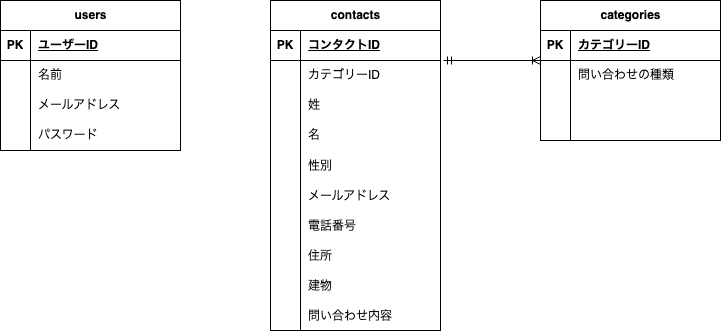
This is src/ER図.png from hinako-mochizuki/confirmation, a draw.io export, as it was before one commit. Source tidied: cells renumbered, new cells last; positions are measured from the earlier drawing's top-left corner, leaving out a move shared by most shapes.
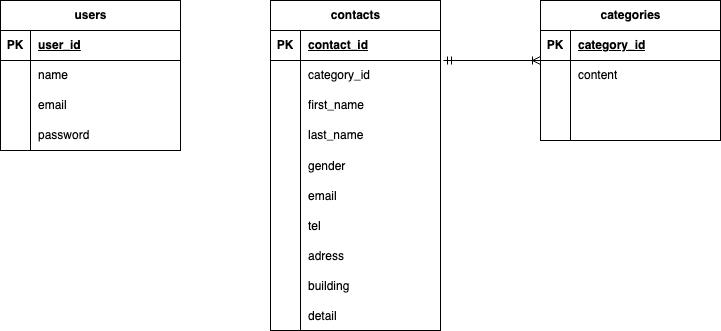
The same file after the commit.

Diff of the diagram source:
```diff
@@ -11,7 +11,7 @@
     <mxCell id="4" value="PK" style="shape=partialRectangle;fillColor=none;top=0;left=0;bottom=0;right=0;fontStyle=1;overflow=hidden;whiteSpace=wrap;html=1;" parent="3" vertex="1">
       <mxGeometry width="30" height="30" as="geometry" />
     </mxCell>
-    <mxCell id="5" value="コンタクトID" style="shape=partialRectangle;fillColor=none;top=0;left=0;bottom=0;right=0;align=left;spacingLeft=6;fontStyle=5;overflow=hidden;whiteSpace=wrap;html=1;" parent="3" vertex="1">
+    <mxCell id="5" value="contact_id" style="shape=partialRectangle;fillColor=none;top=0;left=0;bottom=0;right=0;align=left;spacingLeft=6;fontStyle=5;overflow=hidden;whiteSpace=wrap;html=1;" parent="3" vertex="1">
       <mxGeometry x="30" width="140" height="30" as="geometry" />
     </mxCell>
     <mxCell id="6" style="shape=tableRow;horizontal=0;startSize=0;swimlaneHead=0;swimlaneBody=0;fillColor=none;points=[[0,0.5],[1,0.5]];portConstraint=eastwest;top=0;left=0;right=0;bottom=0;" parent="2" vertex="1">
@@ -20,7 +20,7 @@
     <mxCell id="7" style="shape=partialRectangle;fillColor=none;top=0;left=0;bottom=0;right=0;overflow=hidden;whiteSpace=wrap;html=1;" parent="6" vertex="1">
       <mxGeometry width="30" height="30" as="geometry" />
     </mxCell>
-    <mxCell id="8" value="カテゴリーID" style="shape=partialRectangle;fillColor=none;top=0;left=0;bottom=0;right=0;align=left;spacingLeft=6;overflow=hidden;whiteSpace=wrap;html=1;" parent="6" vertex="1">
+    <mxCell id="8" value="category_id" style="shape=partialRectangle;fillColor=none;top=0;left=0;bottom=0;right=0;align=left;spacingLeft=6;overflow=hidden;whiteSpace=wrap;html=1;" parent="6" vertex="1">
       <mxGeometry x="30" width="140" height="30" as="geometry" />
     </mxCell>
     <mxCell id="9" style="shape=tableRow;horizontal=0;startSize=0;swimlaneHead=0;swimlaneBody=0;fillColor=none;top=0;left=0;right=0;bottom=0;" parent="2" vertex="1">
@@ -29,7 +29,7 @@
     <mxCell id="10" style="shape=partialRectangle;fillColor=none;top=0;left=0;bottom=0;right=0;overflow=hidden;whiteSpace=wrap;html=1;" parent="9" vertex="1">
       <mxGeometry width="30" height="30" as="geometry" />
     </mxCell>
-    <mxCell id="11" value="姓" style="shape=partialRectangle;fillColor=none;top=0;left=0;bottom=0;right=0;align=left;spacingLeft=6;overflow=hidden;whiteSpace=wrap;html=1;" parent="9" vertex="1">
+    <mxCell id="11" value="first_name" style="shape=partialRectangle;fillColor=none;top=0;left=0;bottom=0;right=0;align=left;spacingLeft=6;overflow=hidden;whiteSpace=wrap;html=1;" parent="9" vertex="1">
       <mxGeometry x="30" width="140" height="30" as="geometry" />
     </mxCell>
     <mxCell id="12" style="shape=tableRow;horizontal=0;startSize=0;swimlaneHead=0;swimlaneBody=0;fillColor=none;top=0;left=0;right=0;bottom=0;" parent="2" vertex="1">
@@ -38,7 +38,7 @@
     <mxCell id="13" style="shape=partialRectangle;fillColor=none;top=0;left=0;bottom=0;right=0;overflow=hidden;whiteSpace=wrap;html=1;" parent="12" vertex="1">
       <mxGeometry width="30" height="30" as="geometry" />
     </mxCell>
-    <mxCell id="14" value="名" style="shape=partialRectangle;fillColor=none;top=0;left=0;bottom=0;right=0;align=left;spacingLeft=6;overflow=hidden;whiteSpace=wrap;html=1;" parent="12" vertex="1">
+    <mxCell id="14" value="last_name" style="shape=partialRectangle;fillColor=none;top=0;left=0;bottom=0;right=0;align=left;spacingLeft=6;overflow=hidden;whiteSpace=wrap;html=1;" parent="12" vertex="1">
       <mxGeometry x="30" width="140" height="30" as="geometry" />
     </mxCell>
     <mxCell id="15" style="shape=tableRow;horizontal=0;startSize=0;swimlaneHead=0;swimlaneBody=0;fillColor=none;top=0;left=0;right=0;bottom=0;" parent="2" vertex="1">
@@ -47,7 +47,7 @@
     <mxCell id="16" style="shape=partialRectangle;fillColor=none;top=0;left=0;bottom=0;right=0;overflow=hidden;" parent="15" vertex="1">
       <mxGeometry width="30" height="30" as="geometry" />
     </mxCell>
-    <mxCell id="17" value="性別" style="shape=partialRectangle;fillColor=none;top=0;left=0;bottom=0;right=0;align=left;spacingLeft=6;overflow=hidden;" parent="15" vertex="1">
+    <mxCell id="17" value="gender" style="shape=partialRectangle;fillColor=none;top=0;left=0;bottom=0;right=0;align=left;spacingLeft=6;overflow=hidden;" parent="15" vertex="1">
       <mxGeometry x="30" width="140" height="30" as="geometry" />
     </mxCell>
     <mxCell id="18" style="shape=tableRow;horizontal=0;startSize=0;swimlaneHead=0;swimlaneBody=0;fillColor=none;top=0;left=0;right=0;bottom=0;" parent="2" vertex="1">
@@ -56,7 +56,7 @@
     <mxCell id="19" style="shape=partialRectangle;fillColor=none;top=0;left=0;bottom=0;right=0;overflow=hidden;" parent="18" vertex="1">
       <mxGeometry width="30" height="30" as="geometry" />
     </mxCell>
-    <mxCell id="20" value="メールアドレス" style="shape=partialRectangle;fillColor=none;top=0;left=0;bottom=0;right=0;align=left;spacingLeft=6;overflow=hidden;" parent="18" vertex="1">
+    <mxCell id="20" value="email" style="shape=partialRectangle;fillColor=none;top=0;left=0;bottom=0;right=0;align=left;spacingLeft=6;overflow=hidden;" parent="18" vertex="1">
       <mxGeometry x="30" width="140" height="30" as="geometry" />
     </mxCell>
     <mxCell id="21" style="shape=tableRow;horizontal=0;startSize=0;swimlaneHead=0;swimlaneBody=0;fillColor=none;top=0;left=0;right=0;bottom=0;" parent="2" vertex="1">
@@ -65,7 +65,7 @@
     <mxCell id="22" style="shape=partialRectangle;fillColor=none;top=0;left=0;bottom=0;right=0;overflow=hidden;" parent="21" vertex="1">
       <mxGeometry width="30" height="30" as="geometry" />
     </mxCell>
-    <mxCell id="23" value="電話番号" style="shape=partialRectangle;fillColor=none;top=0;left=0;bottom=0;right=0;align=left;spacingLeft=6;overflow=hidden;" parent="21" vertex="1">
+    <mxCell id="23" value="tel" style="shape=partialRectangle;fillColor=none;top=0;left=0;bottom=0;right=0;align=left;spacingLeft=6;overflow=hidden;" parent="21" vertex="1">
       <mxGeometry x="30" width="140" height="30" as="geometry" />
     </mxCell>
     <mxCell id="24" style="shape=tableRow;horizontal=0;startSize=0;swimlaneHead=0;swimlaneBody=0;fillColor=none;top=0;left=0;right=0;bottom=0;" parent="2" vertex="1">
@@ -74,7 +74,7 @@
     <mxCell id="25" style="shape=partialRectangle;fillColor=none;top=0;left=0;bottom=0;right=0;overflow=hidden;" parent="24" vertex="1">
       <mxGeometry width="30" height="30" as="geometry" />
     </mxCell>
-    <mxCell id="26" value="住所" style="shape=partialRectangle;fillColor=none;top=0;left=0;bottom=0;right=0;align=left;spacingLeft=6;overflow=hidden;" parent="24" vertex="1">
+    <mxCell id="26" value="adress" style="shape=partialRectangle;fillColor=none;top=0;left=0;bottom=0;right=0;align=left;spacingLeft=6;overflow=hidden;" parent="24" vertex="1">
       <mxGeometry x="30" width="140" height="30" as="geometry" />
     </mxCell>
     <mxCell id="27" style="shape=tableRow;horizontal=0;startSize=0;swimlaneHead=0;swimlaneBody=0;fillColor=none;top=0;left=0;right=0;bottom=0;" parent="2" vertex="1">
@@ -83,7 +83,7 @@
     <mxCell id="28" style="shape=partialRectangle;fillColor=none;top=0;left=0;bottom=0;right=0;overflow=hidden;" parent="27" vertex="1">
       <mxGeometry width="30" height="30" as="geometry" />
     </mxCell>
-    <mxCell id="29" value="建物" style="shape=partialRectangle;fillColor=none;top=0;left=0;bottom=0;right=0;align=left;spacingLeft=6;overflow=hidden;" parent="27" vertex="1">
+    <mxCell id="29" value="building" style="shape=partialRectangle;fillColor=none;top=0;left=0;bottom=0;right=0;align=left;spacingLeft=6;overflow=hidden;" parent="27" vertex="1">
       <mxGeometry x="30" width="140" height="30" as="geometry" />
     </mxCell>
     <mxCell id="30" style="shape=tableRow;horizontal=0;startSize=0;swimlaneHead=0;swimlaneBody=0;fillColor=none;top=0;left=0;right=0;bottom=0;" parent="2" vertex="1">
@@ -92,7 +92,7 @@
     <mxCell id="31" style="shape=partialRectangle;fillColor=none;top=0;left=0;bottom=0;right=0;overflow=hidden;" parent="30" vertex="1">
       <mxGeometry width="30" height="30" as="geometry" />
     </mxCell>
-    <mxCell id="32" value="問い合わせ内容" style="shape=partialRectangle;fillColor=none;top=0;left=0;bottom=0;right=0;align=left;spacingLeft=6;overflow=hidden;" parent="30" vertex="1">
+    <mxCell id="32" value="detail" style="shape=partialRectangle;fillColor=none;top=0;left=0;bottom=0;right=0;align=left;spacingLeft=6;overflow=hidden;" parent="30" vertex="1">
       <mxGeometry x="30" width="140" height="30" as="geometry" />
     </mxCell>
     <mxCell id="33" value="categories" style="shape=table;startSize=30;rowLines=0;fontStyle=1;align=center;html=1;" parent="1" vertex="1">
@@ -104,7 +104,7 @@
     <mxCell id="35" value="PK" style="shape=partialRectangle;fillColor=none;top=0;left=0;bottom=0;right=0;fontStyle=1;overflow=hidden;whiteSpace=wrap;html=1;" parent="34" vertex="1">
       <mxGeometry width="30" height="30" as="geometry" />
     </mxCell>
-    <mxCell id="36" value="カテゴリーID" style="shape=partialRectangle;fillColor=none;top=0;left=0;bottom=0;right=0;align=left;spacingLeft=6;fontStyle=5;overflow=hidden;whiteSpace=wrap;html=1;" parent="34" vertex="1">
+    <mxCell id="36" value="category_id" style="shape=partialRectangle;fillColor=none;top=0;left=0;bottom=0;right=0;align=left;spacingLeft=6;fontStyle=5;overflow=hidden;whiteSpace=wrap;html=1;" parent="34" vertex="1">
       <mxGeometry x="30" width="150" height="30" as="geometry" />
     </mxCell>
     <mxCell id="37" style="shape=tableRow;horizontal=0;startSize=0;swimlaneHead=0;swimlaneBody=0;fillColor=none;top=0;left=0;right=0;bottom=0;" parent="33" vertex="1">
@@ -113,7 +113,7 @@
     <mxCell id="38" style="shape=partialRectangle;fillColor=none;top=0;left=0;bottom=0;right=0;overflow=hidden;whiteSpace=wrap;html=1;" parent="37" vertex="1">
       <mxGeometry width="30" height="30" as="geometry" />
     </mxCell>
-    <mxCell id="39" value="問い合わせの種類" style="shape=partialRectangle;fillColor=none;top=0;left=0;bottom=0;right=0;align=left;spacingLeft=6;overflow=hidden;whiteSpace=wrap;html=1;" parent="37" vertex="1">
+    <mxCell id="39" value="content" style="shape=partialRectangle;fillColor=none;top=0;left=0;bottom=0;right=0;align=left;spacingLeft=6;overflow=hidden;whiteSpace=wrap;html=1;" parent="37" vertex="1">
       <mxGeometry x="30" width="150" height="30" as="geometry" />
     </mxCell>
     <mxCell id="40" style="shape=tableRow;horizontal=0;startSize=0;swimlaneHead=0;swimlaneBody=0;fillColor=none;top=0;left=0;right=0;bottom=0;" parent="33" vertex="1">
@@ -143,7 +143,7 @@
     <mxCell id="48" value="PK" style="shape=partialRectangle;fillColor=none;top=0;left=0;bottom=0;right=0;fontStyle=1;overflow=hidden;whiteSpace=wrap;html=1;" parent="47" vertex="1">
       <mxGeometry width="30" height="30" as="geometry" />
     </mxCell>
-    <mxCell id="49" value="ユーザーID" style="shape=partialRectangle;fillColor=none;top=0;left=0;bottom=0;right=0;align=left;spacingLeft=6;fontStyle=5;overflow=hidden;whiteSpace=wrap;html=1;" parent="47" vertex="1">
+    <mxCell id="49" value="user_id" style="shape=partialRectangle;fillColor=none;top=0;left=0;bottom=0;right=0;align=left;spacingLeft=6;fontStyle=5;overflow=hidden;whiteSpace=wrap;html=1;" parent="47" vertex="1">
       <mxGeometry x="30" width="150" height="30" as="geometry" />
     </mxCell>
     <mxCell id="50" style="shape=tableRow;horizontal=0;startSize=0;swimlaneHead=0;swimlaneBody=0;fillColor=none;top=0;left=0;right=0;bottom=0;" parent="46" vertex="1">
@@ -152,7 +152,7 @@
     <mxCell id="51" style="shape=partialRectangle;fillColor=none;top=0;left=0;bottom=0;right=0;overflow=hidden;whiteSpace=wrap;html=1;" parent="50" vertex="1">
       <mxGeometry width="30" height="30" as="geometry" />
     </mxCell>
-    <mxCell id="52" value="名前" style="shape=partialRectangle;fillColor=none;top=0;left=0;bottom=0;right=0;align=left;spacingLeft=6;overflow=hidden;whiteSpace=wrap;html=1;" parent="50" vertex="1">
+    <mxCell id="52" value="name" style="shape=partialRectangle;fillColor=none;top=0;left=0;bottom=0;right=0;align=left;spacingLeft=6;overflow=hidden;whiteSpace=wrap;html=1;" parent="50" vertex="1">
       <mxGeometry x="30" width="150" height="30" as="geometry" />
     </mxCell>
     <mxCell id="53" style="shape=tableRow;horizontal=0;startSize=0;swimlaneHead=0;swimlaneBody=0;fillColor=none;top=0;left=0;right=0;bottom=0;" parent="46" vertex="1">
@@ -161,7 +161,7 @@
     <mxCell id="54" style="shape=partialRectangle;fillColor=none;top=0;left=0;bottom=0;right=0;overflow=hidden;whiteSpace=wrap;html=1;" parent="53" vertex="1">
       <mxGeometry width="30" height="30" as="geometry" />
     </mxCell>
-    <mxCell id="55" value="メールアドレス" style="shape=partialRectangle;fillColor=none;top=0;left=0;bottom=0;right=0;align=left;spacingLeft=6;overflow=hidden;whiteSpace=wrap;html=1;" parent="53" vertex="1">
+    <mxCell id="55" value="email" style="shape=partialRectangle;fillColor=none;top=0;left=0;bottom=0;right=0;align=left;spacingLeft=6;overflow=hidden;whiteSpace=wrap;html=1;" parent="53" vertex="1">
       <mxGeometry x="30" width="150" height="30" as="geometry" />
     </mxCell>
     <mxCell id="56" style="shape=tableRow;horizontal=0;startSize=0;swimlaneHead=0;swimlaneBody=0;fillColor=none;top=0;left=0;right=0;bottom=0;" parent="46" vertex="1">
@@ -170,7 +170,7 @@
     <mxCell id="57" style="shape=partialRectangle;fillColor=none;top=0;left=0;bottom=0;right=0;overflow=hidden;whiteSpace=wrap;html=1;" parent="56" vertex="1">
       <mxGeometry width="30" height="30" as="geometry" />
     </mxCell>
-    <mxCell id="58" value="パスワード" style="shape=partialRectangle;fillColor=none;top=0;left=0;bottom=0;right=0;align=left;spacingLeft=6;overflow=hidden;whiteSpace=wrap;html=1;" parent="56" vertex="1">
+    <mxCell id="58" value="password" style="shape=partialRectangle;fillColor=none;top=0;left=0;bottom=0;right=0;align=left;spacingLeft=6;overflow=hidden;whiteSpace=wrap;html=1;" parent="56" vertex="1">
       <mxGeometry x="30" width="150" height="30" as="geometry" />
     </mxCell>
     <mxCell id="59" style="fontSize=12;html=1;endArrow=ERoneToMany;startArrow=ERmandOne;exitX=1.018;exitY=0;exitDx=0;exitDy=0;exitPerimeter=0;" parent="1" edge="1" source="6">
```
